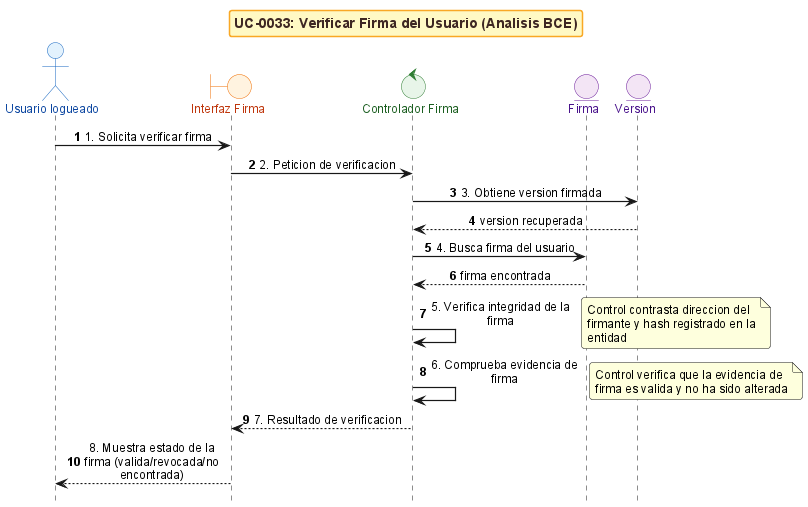
Before: anexos/diagramas/seq-bce-uc0033-verify-signature.png, a diagram exported from PlantUML (ErDeivih/DocumentChain).
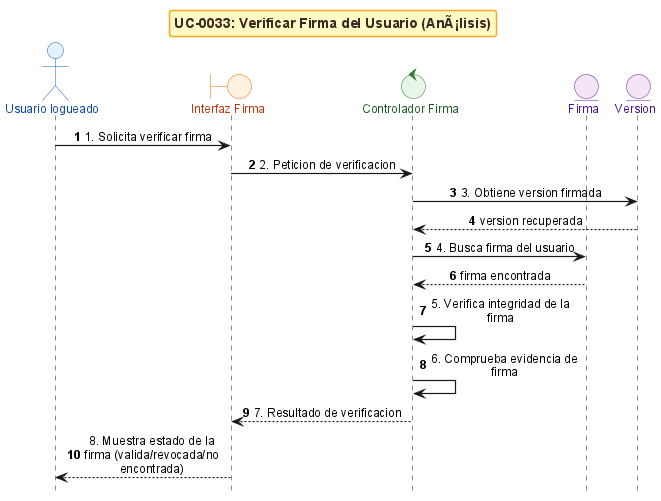
The same diagram one commit later.

The edit, as a diff of the source:
```diff
@@ -1,7 +1,7 @@
 @startuml
 !include _sequence-bce-style.puml
 
-title UC-0033: Verificar Firma del Usuario (Analisis BCE)
+title UC-0033: Verificar Firma del Usuario (AnÃ¡lisis)
 
 actor "Usuario logueado" as Actor
 boundary "Interfaz Firma" as BF
@@ -19,10 +19,8 @@
 EF --> CV : firma encontrada
 
 CV -> CV : 5. Verifica integridad de la firma
-note right : Control contrasta direccion del firmante y hash registrado en la entidad
 
 CV -> CV : 6. Comprueba evidencia de firma
-note right : Control verifica que la evidencia de firma es valida y no ha sido alterada
 
 CV --> BF : 7. Resultado de verificacion
 BF --> Actor : 8. Muestra estado de la firma (valida/revocada/no encontrada)
```
